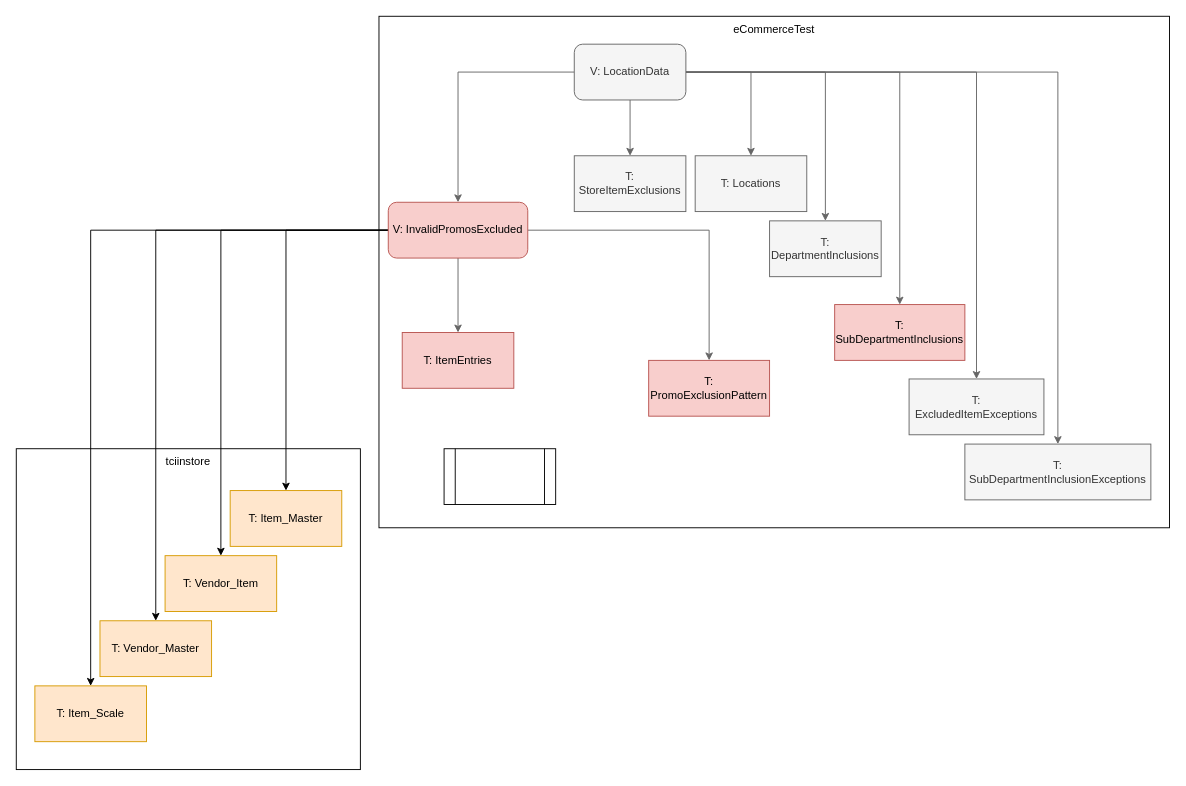
gcardozoj/draw.io keeps this draw.io diagram as Diagrams/LocationData.drawio. Above is the earlier version. Source tidied: cells renumbered, new cells numbered last; positions are measured from the earlier drawing's top-left corner, leaving out a move shared by most shapes. Both pictures are drawn from the tidied source at 93%, with x=0, y=0 at pixel (16, 16).
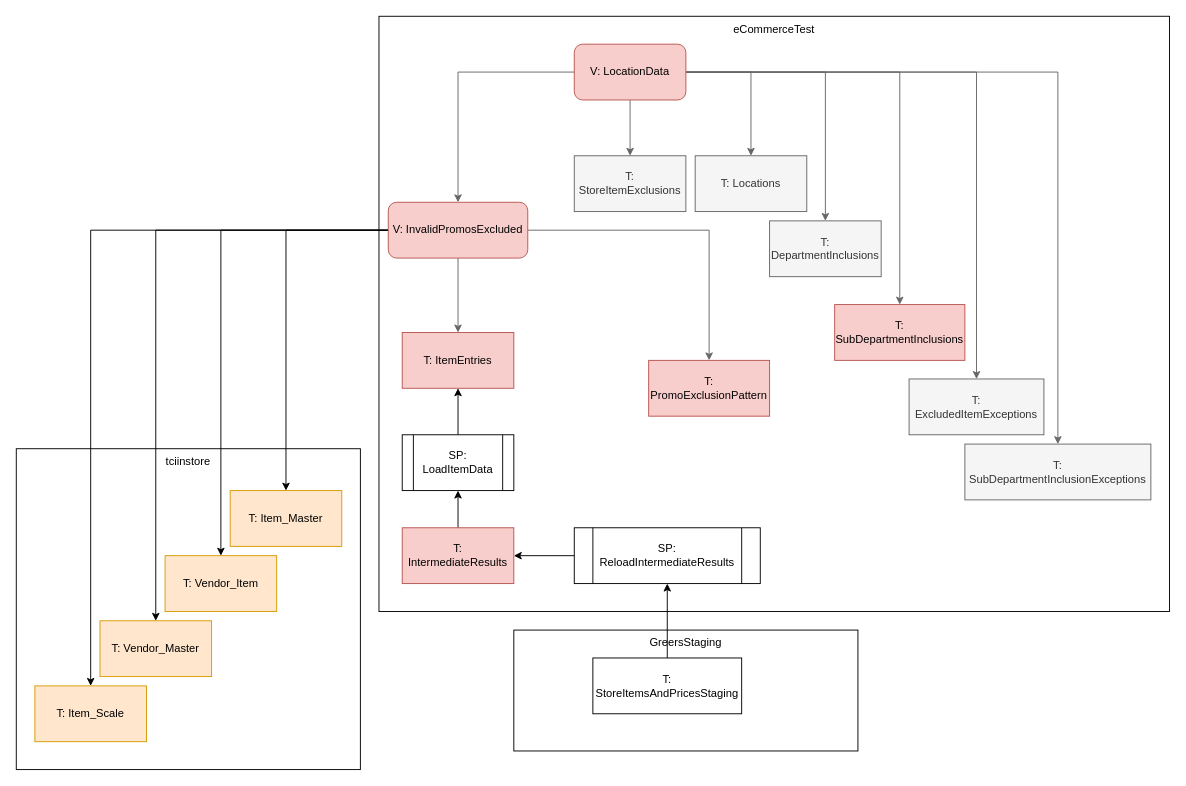
The same diagram, later.

Unchanged cells that the change refers to:
```xml
<mxCell id="25" value="T: ItemEntries" style="whiteSpace=wrap;html=1;rounded=0;fillColor=#f8cecc;strokeColor=#b85450;" parent="1" vertex="1">
  <mxGeometry x="415" y="340" width="120" height="60" as="geometry" />
</mxCell>
```

Change to the diagram source:
```diff
@@
+    <mxCell id="32" value="GreersStaging" style="rounded=0;whiteSpace=wrap;html=1;fillColor=none;verticalAlign=top;" parent="1" vertex="1">
+      <mxGeometry x="535" y="660" width="370" height="130" as="geometry" />
+    </mxCell>
     <mxCell id="2" value="eCommerceTest" style="rounded=0;whiteSpace=wrap;html=1;fillColor=none;verticalAlign=top;" parent="1" vertex="1">
-      <mxGeometry x="390" width="850" height="550" as="geometry" />
+      <mxGeometry x="390" width="850" height="640" as="geometry" />
     </mxCell>
@@
-    <mxCell id="10" value="V: LocationData" style="rounded=1;whiteSpace=wrap;html=1;fillColor=#f5f5f5;fontColor=#333333;strokeColor=#666666;" parent="1" vertex="1">
+    <mxCell id="10" value="V: LocationData" style="rounded=1;whiteSpace=wrap;html=1;fillColor=#f8cecc;strokeColor=#b85450;" parent="1" vertex="1">
       <mxGeometry x="600" y="30" width="120" height="60" as="geometry" />
     </mxCell>
@@
+    <mxCell id="33" style="edgeStyle=orthogonalEdgeStyle;rounded=0;jettySize=auto;html=1;" parent="1" edge="1" source="31" target="37">
+      <mxGeometry relative="1" as="geometry" />
+    </mxCell>
-    <mxCell id="31" style="shape=process;whiteSpace=wrap;html=1;backgroundOutline=1;" parent="1" vertex="1">
-      <mxGeometry x="460" y="465" width="120" height="60" as="geometry" />
+    <mxCell id="31" value="SP: ReloadIntermediateResults" style="shape=process;whiteSpace=wrap;html=1;backgroundOutline=1;" parent="1" vertex="1">
+      <mxGeometry x="600" y="550" width="200" height="60" as="geometry" />
     </mxCell>
+    <mxCell id="34" style="edgeStyle=orthogonalEdgeStyle;rounded=0;jettySize=auto;html=1;entryX=0.5;entryY=1;entryDx=0;entryDy=0;" parent="1" edge="1" source="35" target="25">
+      <mxGeometry relative="1" as="geometry" />
+    </mxCell>
+    <mxCell id="35" value="SP: LoadItemData" style="shape=process;whiteSpace=wrap;html=1;backgroundOutline=1;" parent="1" vertex="1">
+      <mxGeometry x="415" y="450" width="120" height="60" as="geometry" />
+    </mxCell>
+    <mxCell id="36" style="edgeStyle=orthogonalEdgeStyle;rounded=0;jettySize=auto;html=1;" parent="1" edge="1" source="37" target="35">
+      <mxGeometry relative="1" as="geometry" />
+    </mxCell>
+    <mxCell id="37" value="T: IntermediateResults" style="rounded=0;whiteSpace=wrap;html=1;fillColor=#f8cecc;strokeColor=#b85450;" parent="1" vertex="1">
+      <mxGeometry x="415" y="550" width="120" height="60" as="geometry" />
+    </mxCell>
+    <mxCell id="38" style="edgeStyle=orthogonalEdgeStyle;rounded=0;jettySize=auto;html=1;" parent="1" edge="1" source="39" target="31">
+      <mxGeometry relative="1" as="geometry" />
+    </mxCell>
+    <mxCell id="39" value="T: StoreItemsAndPricesStaging" style="rounded=0;whiteSpace=wrap;html=1;" parent="1" vertex="1">
+      <mxGeometry x="620" y="690" width="160" height="60" as="geometry" />
+    </mxCell>
```
